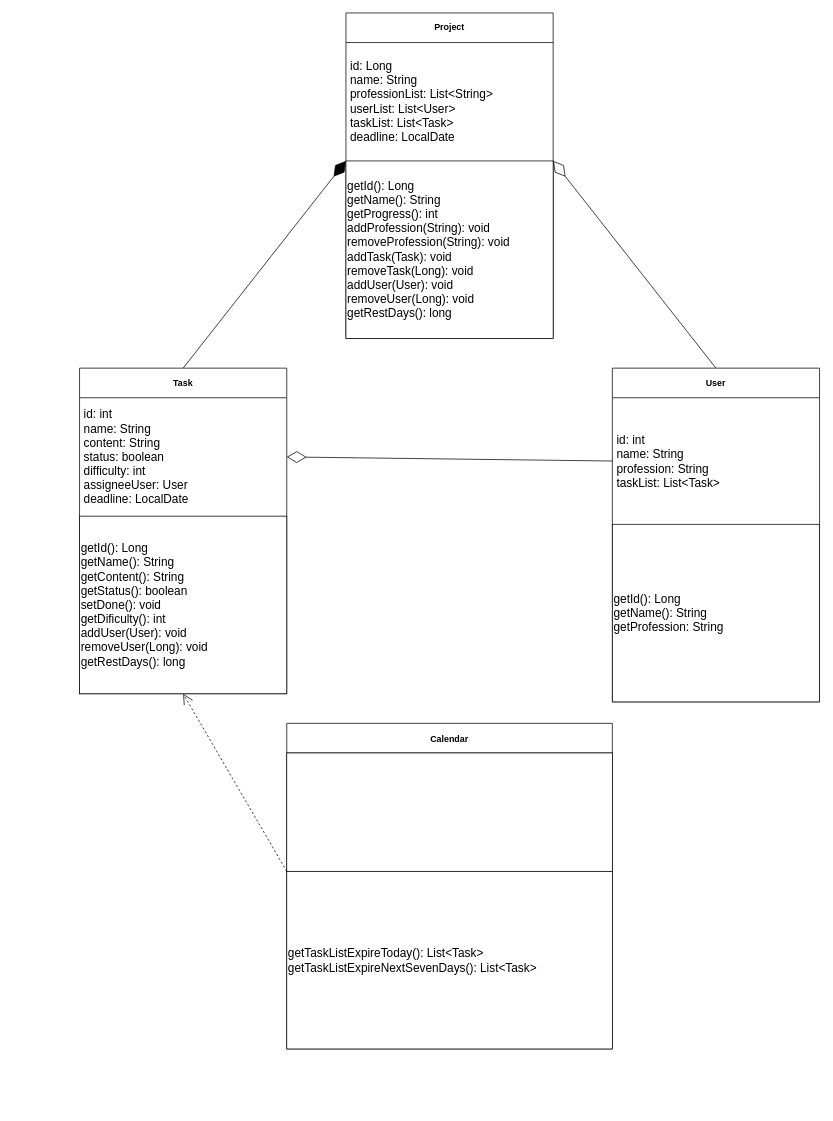
SibGuys/ood keeps this draw.io diagram as uml.drawio. Above is the earlier version. Source tidied: cells renumbered, new cells numbered last; positions are measured from the earlier drawing's top-left corner, leaving out a move shared by most shapes. Both pictures are drawn from the tidied source at 74%, with x=0, y=0 at pixel (79, 13).
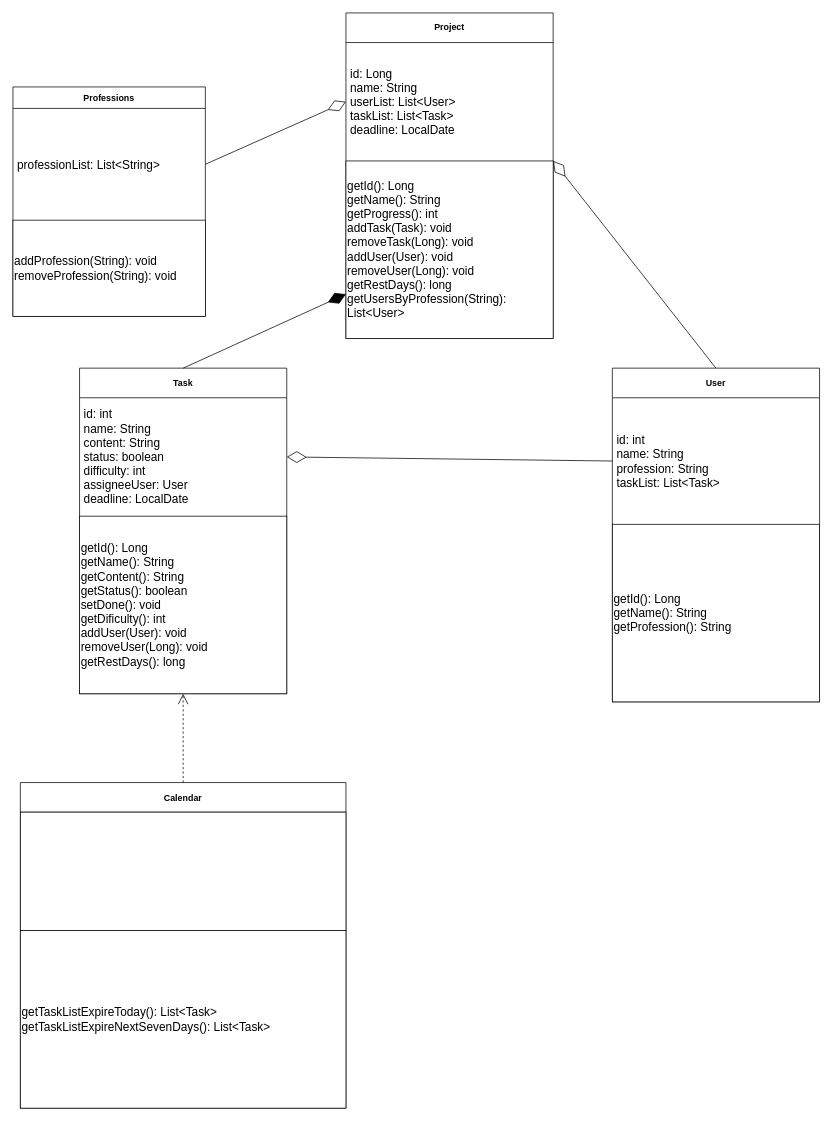
Above is the later version.

Unchanged cells that the change refers to:
```xml
<mxCell id="2" value="Task" style="swimlane;fontStyle=1;align=center;verticalAlign=middle;horizontal=1;startSize=40;html=1;whiteSpace=wrap;" parent="1" vertex="1">
  <mxGeometry y="480" width="280" height="440" as="geometry" />
</mxCell>
<mxCell id="5" value="Project" style="swimlane;fontStyle=1;align=center;verticalAlign=middle;horizontal=1;startSize=40;html=1;whiteSpace=wrap;" parent="1" vertex="1">
  <mxGeometry x="360" width="280" height="440" as="geometry" />
</mxCell>
<mxCell id="8" value="User" style="swimlane;fontStyle=1;align=center;verticalAlign=middle;horizontal=1;startSize=40;html=1;whiteSpace=wrap;" parent="1" vertex="1">
  <mxGeometry x="720" y="480" width="280" height="451" as="geometry" />
</mxCell>
<mxCell id="13" value="&lt;font style=&quot;font-size: 16px;&quot;&gt;getTaskListExpireToday(): List&amp;lt;Task&amp;gt;&lt;br style=&quot;border-color: var(--border-color);&quot;&gt;&lt;span style=&quot;&quot;&gt;getTaskListExpireNextSevenDays(): List&amp;lt;Task&amp;gt;&lt;/span&gt;&lt;/font&gt;" style="rounded=0;whiteSpace=wrap;html=1;fontSize=16;align=left;" parent="11" vertex="1">
  <mxGeometry y="200" width="440" height="240" as="geometry" />
</mxCell>
```

The edit, as a diff of the source:
```diff
@@
-    <mxCell id="6" value="&lt;font style=&quot;font-size: 16px;&quot;&gt;id: Long&lt;br&gt;name: String&lt;br&gt;professionList: List&amp;lt;String&amp;gt;&lt;br&gt;userList: List&amp;lt;User&amp;gt;&lt;br&gt;taskList: List&amp;lt;Task&amp;gt;&lt;br&gt;deadline: LocalDate&lt;br&gt;&lt;/font&gt;" style="text;html=1;strokeColor=none;fillColor=none;align=left;verticalAlign=middle;spacingLeft=4;spacingRight=4;overflow=hidden;points=[[0,0.5],[1,0.5]];portConstraint=eastwest;whiteSpace=wrap;" parent="5" vertex="1">
+    <mxCell id="6" value="&lt;font style=&quot;font-size: 16px;&quot;&gt;id: Long&lt;br&gt;name: String&lt;br&gt;userList: List&amp;lt;User&amp;gt;&lt;br&gt;taskList: List&amp;lt;Task&amp;gt;&lt;br&gt;deadline: LocalDate&lt;br&gt;&lt;/font&gt;" style="text;html=1;strokeColor=none;fillColor=none;align=left;verticalAlign=middle;spacingLeft=4;spacingRight=4;overflow=hidden;points=[[0,0.5],[1,0.5]];portConstraint=eastwest;whiteSpace=wrap;" parent="5" vertex="1">
       <mxGeometry y="40" width="280" height="160" as="geometry" />
     </mxCell>
-    <mxCell id="7" value="&lt;font style=&quot;font-size: 16px;&quot;&gt;getId(): Long&lt;br&gt;getName(): String&lt;br&gt;getProgress(): int&lt;br&gt;addProfession(String): void&lt;br&gt;removeProfession(String): void&lt;br&gt;addTask(Task): void&lt;br&gt;removeTask(Long): void&lt;br&gt;addUser(User): void&lt;br&gt;removeUser(Long): void&lt;br&gt;getRestDays(): long&lt;br&gt;&lt;/font&gt;" style="rounded=0;whiteSpace=wrap;html=1;fontSize=16;align=left;" parent="5" vertex="1">
+    <mxCell id="7" value="&lt;font style=&quot;font-size: 16px;&quot;&gt;getId(): Long&lt;br&gt;getName(): String&lt;br&gt;getProgress(): int&lt;br&gt;addTask(Task): void&lt;br&gt;removeTask(Long): void&lt;br&gt;addUser(User): void&lt;br&gt;removeUser(Long): void&lt;br&gt;getRestDays(): long&lt;br&gt;getUsersByProfession(String): List&amp;lt;User&amp;gt;&lt;br&gt;&lt;/font&gt;" style="rounded=0;whiteSpace=wrap;html=1;fontSize=16;align=left;" parent="5" vertex="1">
       <mxGeometry y="200" width="280" height="240" as="geometry" />
     </mxCell>
@@
-    <mxCell id="10" value="&lt;font style=&quot;font-size: 16px;&quot;&gt;getId(): Long&lt;br&gt;getName(): String&lt;br&gt;getProfession: String&lt;br&gt;&lt;/font&gt;" style="rounded=0;whiteSpace=wrap;html=1;fontSize=16;align=left;" parent="8" vertex="1">
+    <mxCell id="10" value="&lt;font style=&quot;font-size: 16px;&quot;&gt;getId(): Long&lt;br&gt;getName(): String&lt;br&gt;getProfession(): String&lt;br&gt;&lt;/font&gt;" style="rounded=0;whiteSpace=wrap;html=1;fontSize=16;align=left;" parent="8" vertex="1">
       <mxGeometry y="211" width="280" height="240" as="geometry" />
     </mxCell>
     <mxCell id="11" value="&lt;font style=&quot;font-size: 12px;&quot;&gt;Calendar&lt;/font&gt;" style="swimlane;fontStyle=1;align=center;verticalAlign=middle;horizontal=1;startSize=40;html=1;whiteSpace=wrap;fontSize=16;" parent="1" vertex="1">
-      <mxGeometry x="280" y="960" width="440" height="440" as="geometry" />
+      <mxGeometry x="-80" y="1040" width="440" height="440" as="geometry" />
     </mxCell>
@@
-    <mxCell id="16" style="endArrow=open;endSize=12;dashed=1;html=1;rounded=0;exitX=0;exitY=0;exitDx=0;exitDy=0;entryX=0.5;entryY=1;entryDx=0;entryDy=0;" parent="1" edge="1" source="13" target="2">
+    <mxCell id="16" style="endArrow=open;endSize=12;dashed=1;html=1;rounded=0;exitX=0.5;exitY=0;exitDx=0;exitDy=0;entryX=0.5;entryY=1;entryDx=0;entryDy=0;" parent="1" edge="1" source="11" target="2">
       <mxGeometry relative="1" as="geometry" />
     </mxCell>
-    <mxCell id="17" style="endArrow=diamondThin;endFill=1;endSize=24;html=1;rounded=0;exitX=0.5;exitY=0;exitDx=0;exitDy=0;entryX=0;entryY=0;entryDx=0;entryDy=0;" parent="1" edge="1" source="2" target="7">
+    <mxCell id="17" style="endArrow=diamondThin;endFill=1;endSize=24;html=1;rounded=0;exitX=0.5;exitY=0;exitDx=0;exitDy=0;entryX=0;entryY=0.75;entryDx=0;entryDy=0;" parent="1" edge="1" source="2" target="7">
       <mxGeometry relative="1" as="geometry" />
     </mxCell>
+    <mxCell id="18" value="&lt;font style=&quot;font-size: 12px;&quot;&gt;Professions&lt;/font&gt;" style="swimlane;fontStyle=1;align=center;verticalAlign=middle;horizontal=1;startSize=29;html=1;whiteSpace=wrap;" parent="1" vertex="1">
+      <mxGeometry x="-90" y="100" width="260" height="310" as="geometry" />
+    </mxCell>
+    <mxCell id="19" value="&lt;font style=&quot;font-size: 16px;&quot;&gt;professionList: List&amp;lt;String&amp;gt;&lt;/font&gt;" style="text;html=1;strokeColor=none;fillColor=none;align=left;verticalAlign=middle;spacingLeft=4;spacingRight=4;overflow=hidden;points=[[0,0.5],[1,0.5]];portConstraint=eastwest;whiteSpace=wrap;" parent="18" vertex="1">
+      <mxGeometry y="29" width="260" height="151" as="geometry" />
+    </mxCell>
+    <mxCell id="20" value="&lt;font style=&quot;font-size: 16px;&quot;&gt;addProfession(String): void&lt;br style=&quot;border-color: var(--border-color);&quot;&gt;removeProfession(String): void&lt;/font&gt;" style="rounded=0;whiteSpace=wrap;html=1;align=left;" parent="18" vertex="1">
+      <mxGeometry y="180" width="260" height="130" as="geometry" />
+    </mxCell>
+    <mxCell id="21" style="endArrow=diamondThin;endFill=0;endSize=24;html=1;rounded=0;exitX=1;exitY=0.5;exitDx=0;exitDy=0;entryX=0;entryY=0.5;entryDx=0;entryDy=0;" parent="1" edge="1" source="19" target="6">
+      <mxGeometry relative="1" as="geometry" />
+    </mxCell>
```
